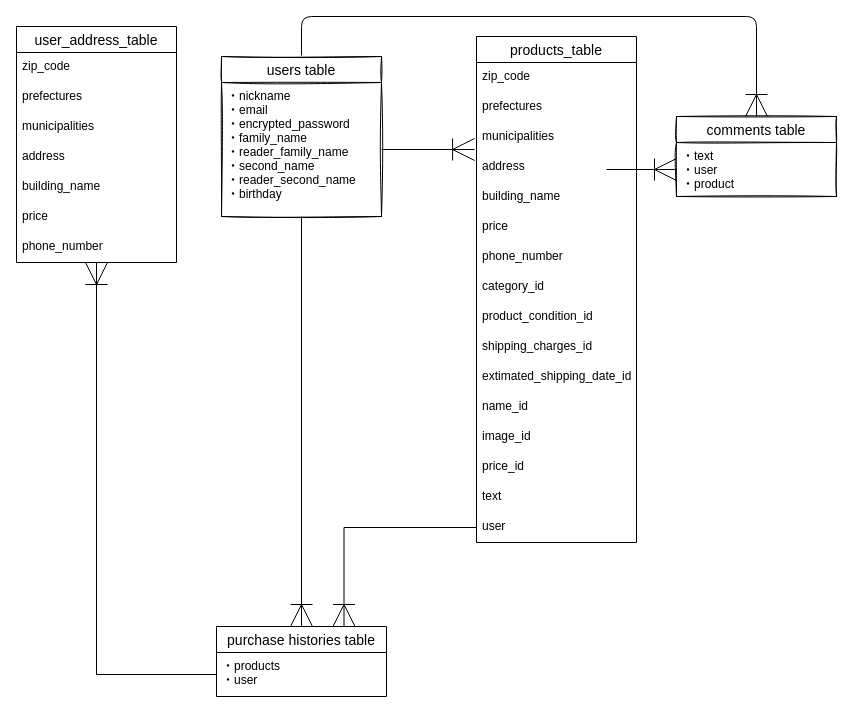
The draw.io diagram furima.dio in jaxzzxaj/furima-33994, before the edit. Source tidied: cells renumbered, new cells numbered last; positions are measured from the earlier drawing's top-left corner, leaving out a move shared by most shapes. Both pictures are drawn from the tidied source at 100%, with x=0, y=0 at pixel (16, 16).
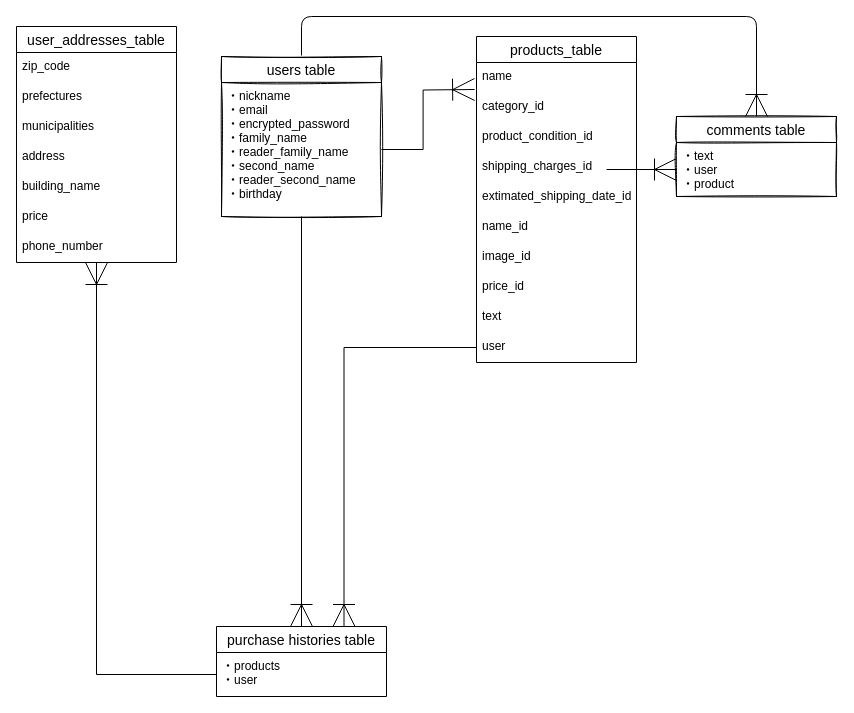
The same page after the edit.

Unchanged cells that the change refers to:
```xml
<mxCell id="4" value="・nickname&#10;・email&#10;・encrypted_password&#10;・family_name&#10;・reader_family_name&#10;・second_name&#10;・reader_second_name&#10;・birthday&#10;" style="text;strokeColor=none;fillColor=none;spacingLeft=4;spacingRight=4;overflow=hidden;points=[[0,0.5],[1,0.5]];portConstraint=eastwest;fontSize=12;" parent="3" vertex="1">
  <mxGeometry y="26" width="160" height="134" as="geometry" />
</mxCell>
```

Change to the diagram source:
```diff
@@
-    <mxCell id="11" style="edgeStyle=orthogonalEdgeStyle;rounded=0;jettySize=auto;html=1;exitX=1;exitY=0.5;exitDx=0;exitDy=0;entryX=-0.012;entryY=-0.1;entryDx=0;entryDy=0;entryPerimeter=0;endSize=20;endArrow=ERoneToMany;endFill=0;" parent="1" edge="1" source="4" target="25">
-      <mxGeometry relative="1" as="geometry" />
+    <mxCell id="11" style="edgeStyle=orthogonalEdgeStyle;rounded=0;jettySize=auto;html=1;exitX=1;exitY=0.5;exitDx=0;exitDy=0;entryX=-0.012;entryY=-0.1;entryDx=0;entryDy=0;entryPerimeter=0;endSize=20;endArrow=ERoneToMany;endFill=0;" parent="1" edge="1" source="4">
+      <mxGeometry relative="1" as="geometry">
+        <mxPoint x="458.1" y="73" as="targetPoint" />
+      </mxGeometry>
     </mxCell>
-    <mxCell id="12" value="user_address_table" style="swimlane;fontStyle=0;horizontal=1;startSize=26;align=center;fontSize=14;" parent="1" vertex="1">
+    <mxCell id="12" value="user_addresses_table" style="swimlane;fontStyle=0;horizontal=1;startSize=26;align=center;fontSize=14;" parent="1" vertex="1">
       <mxGeometry y="10" width="160" height="236" as="geometry" />
     </mxCell>
@@
     <mxCell id="21" value="products_table" style="swimlane;fontStyle=0;horizontal=1;startSize=26;align=center;fontSize=14;" parent="1" vertex="1">
-      <mxGeometry x="460" y="20" width="160" height="506" as="geometry" />
+      <mxGeometry x="460" y="20" width="160" height="326" as="geometry" />
     </mxCell>
-    <mxCell id="22" value="zip_code" style="text;strokeColor=none;fillColor=none;spacingLeft=4;spacingRight=4;overflow=hidden;fontSize=12;" parent="21" vertex="1">
+    <mxCell id="22" value="name" style="text;strokeColor=none;fillColor=none;spacingLeft=4;spacingRight=4;overflow=hidden;fontSize=12;" parent="21" vertex="1">
       <mxGeometry y="26" width="160" height="30" as="geometry" />
     </mxCell>
-    <mxCell id="23" value="prefectures" style="text;strokeColor=none;fillColor=none;spacingLeft=4;spacingRight=4;overflow=hidden;fontSize=12;" parent="21" vertex="1">
-      <mxGeometry y="56" width="160" height="30" as="geometry" />
-    </mxCell>
-    <mxCell id="24" value="municipalities" style="text;strokeColor=none;fillColor=none;spacingLeft=4;spacingRight=4;overflow=hidden;fontSize=12;" parent="21" vertex="1">
-      <mxGeometry y="86" width="160" height="30" as="geometry" />
-    </mxCell>
-    <mxCell id="25" value="address" style="text;strokeColor=none;fillColor=none;spacingLeft=4;spacingRight=4;overflow=hidden;points=[[0,0.5],[1,0.5]];portConstraint=eastwest;fontSize=12;" parent="21" vertex="1">
-      <mxGeometry y="116" width="160" height="30" as="geometry" />
-    </mxCell>
-    <mxCell id="26" value="building_name" style="text;strokeColor=none;fillColor=none;spacingLeft=4;spacingRight=4;overflow=hidden;fontSize=12;" parent="21" vertex="1">
-      <mxGeometry y="146" width="160" height="30" as="geometry" />
-    </mxCell>
-    <mxCell id="27" value="price" style="text;strokeColor=none;fillColor=none;spacingLeft=4;spacingRight=4;overflow=hidden;fontSize=12;" parent="21" vertex="1">
-      <mxGeometry y="176" width="160" height="30" as="geometry" />
-    </mxCell>
-    <mxCell id="28" value="phone_number" style="text;strokeColor=none;fillColor=none;spacingLeft=4;spacingRight=4;overflow=hidden;fontSize=12;" parent="21" vertex="1">
-      <mxGeometry y="206" width="160" height="30" as="geometry" />
-    </mxCell>
     <mxCell id="29" value="category_id" style="text;strokeColor=none;fillColor=none;spacingLeft=4;spacingRight=4;overflow=hidden;fontSize=12;" parent="21" vertex="1">
-      <mxGeometry y="236" width="160" height="30" as="geometry" />
+      <mxGeometry y="56" width="160" height="30" as="geometry" />
     </mxCell>
     <mxCell id="30" value="product_condition_id" style="text;strokeColor=none;fillColor=none;spacingLeft=4;spacingRight=4;overflow=hidden;fontSize=12;" parent="21" vertex="1">
-      <mxGeometry y="266" width="160" height="30" as="geometry" />
+      <mxGeometry y="86" width="160" height="30" as="geometry" />
     </mxCell>
     <mxCell id="31" value="shipping_charges_id" style="text;strokeColor=none;fillColor=none;spacingLeft=4;spacingRight=4;overflow=hidden;fontSize=12;" parent="21" vertex="1">
-      <mxGeometry y="296" width="160" height="30" as="geometry" />
+      <mxGeometry y="116" width="160" height="30" as="geometry" />
     </mxCell>
     <mxCell id="32" value="extimated_shipping_date_id" style="text;strokeColor=none;fillColor=none;spacingLeft=4;spacingRight=4;overflow=hidden;fontSize=12;" parent="21" vertex="1">
-      <mxGeometry y="326" width="160" height="30" as="geometry" />
+      <mxGeometry y="146" width="160" height="30" as="geometry" />
     </mxCell>
     <mxCell id="33" value="name_id" style="text;strokeColor=none;fillColor=none;spacingLeft=4;spacingRight=4;overflow=hidden;fontSize=12;" parent="21" vertex="1">
-      <mxGeometry y="356" width="160" height="30" as="geometry" />
+      <mxGeometry y="176" width="160" height="30" as="geometry" />
     </mxCell>
     <mxCell id="34" value="image_id" style="text;strokeColor=none;fillColor=none;spacingLeft=4;spacingRight=4;overflow=hidden;fontSize=12;" parent="21" vertex="1">
-      <mxGeometry y="386" width="160" height="30" as="geometry" />
+      <mxGeometry y="206" width="160" height="30" as="geometry" />
     </mxCell>
     <mxCell id="35" value="price_id" style="text;strokeColor=none;fillColor=none;spacingLeft=4;spacingRight=4;overflow=hidden;fontSize=12;" parent="21" vertex="1">
-      <mxGeometry y="416" width="160" height="30" as="geometry" />
+      <mxGeometry y="236" width="160" height="30" as="geometry" />
     </mxCell>
     <mxCell id="36" value="text&#10;" style="text;strokeColor=none;fillColor=none;spacingLeft=4;spacingRight=4;overflow=hidden;fontSize=12;" parent="21" vertex="1">
-      <mxGeometry y="446" width="160" height="30" as="geometry" />
+      <mxGeometry y="266" width="160" height="30" as="geometry" />
     </mxCell>
     <mxCell id="37" value="user" style="text;strokeColor=none;fillColor=none;spacingLeft=4;spacingRight=4;overflow=hidden;points=[[0,0.5],[1,0.5]];portConstraint=eastwest;fontSize=12;" parent="21" vertex="1">
-      <mxGeometry y="476" width="160" height="30" as="geometry" />
+      <mxGeometry y="296" width="160" height="30" as="geometry" />
     </mxCell>
```
